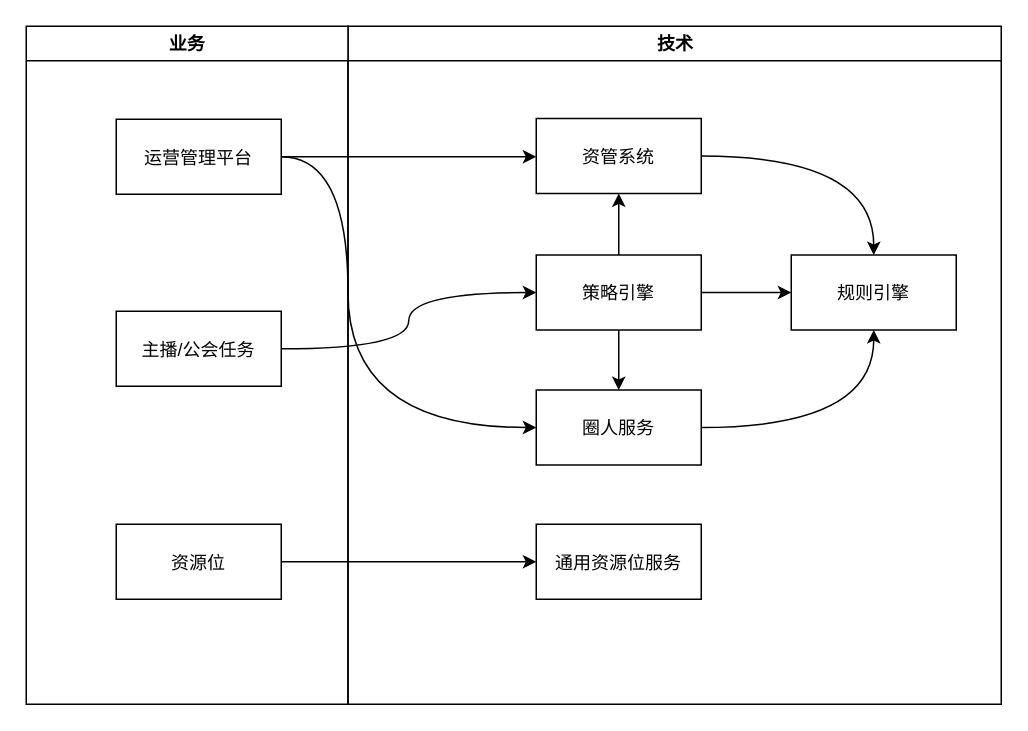
Before: buss_to_tech.drawio in carlonelong/pics, a draw.io diagram. Source tidied: cells renumbered, new cells numbered last; positions are measured from the earlier drawing's top-left corner, leaving out a move shared by most shapes. Both pictures are drawn from the tidied source at 150%, with x=0, y=0 at pixel (26, 26).
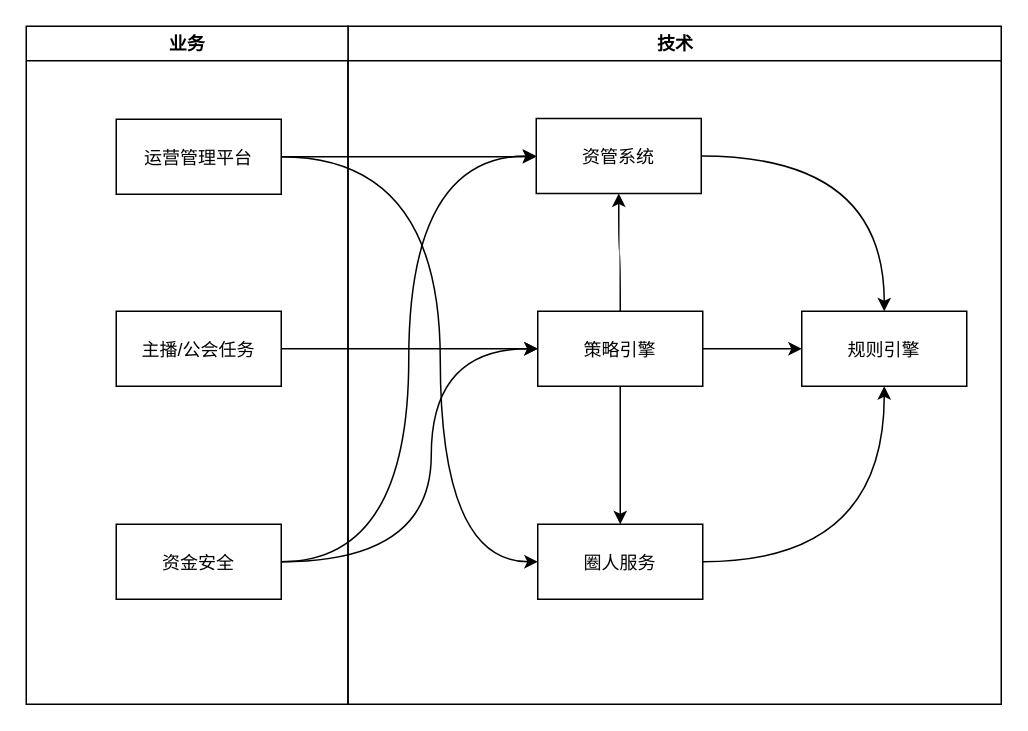
The same diagram, later.

The change refers to these unchanged cells:
```xml
<mxCell id="2" value="技术" style="swimlane;whiteSpace=wrap;" parent="1" vertex="1">
  <mxGeometry x="214.5" width="435.5" height="452" as="geometry" />
</mxCell>
<mxCell id="4" value="资管系统" parent="2" vertex="1">
  <mxGeometry x="125.5" y="61.5" width="110" height="50" as="geometry" />
</mxCell>
<mxCell id="13" value="业务" style="swimlane;whiteSpace=wrap;" parent="1" vertex="1">
  <mxGeometry width="214.5" height="452" as="geometry" />
</mxCell>
<mxCell id="14" value="运营管理平台" parent="13" vertex="1">
  <mxGeometry x="60" y="62" width="110" height="50" as="geometry" />
</mxCell>
```

What changed in the source:
```diff
@@
     <mxCell id="6" value="圈人服务" parent="2" vertex="1">
-      <mxGeometry x="125.5" y="242.5" width="110" height="50" as="geometry" />
+      <mxGeometry x="126.5" y="332" width="110" height="50" as="geometry" />
     </mxCell>
     <mxCell id="7" value="规则引擎" parent="2" vertex="1">
-      <mxGeometry x="295.5" y="152.5" width="110" height="50" as="geometry" />
+      <mxGeometry x="302.5" y="190" width="110" height="50" as="geometry" />
     </mxCell>
@@
-    <mxCell id="9" style="edgeStyle=orthogonalEdgeStyle;curved=1;rounded=0;jettySize=auto;html=1;exitX=0.5;exitY=1;exitDx=0;exitDy=0;entryX=0.5;entryY=0;entryDx=0;entryDy=0;" parent="2" edge="1" source="11" target="6">
+    <mxCell id="9" style="rounded=0;jettySize=auto;html=1;exitX=0.5;exitY=1;exitDx=0;exitDy=0;entryX=0.5;entryY=0;entryDx=0;entryDy=0;" parent="2" edge="1" source="11" target="6">
       <mxGeometry relative="1" as="geometry" />
     </mxCell>
@@
     <mxCell id="11" value="策略引擎" parent="2" vertex="1">
-      <mxGeometry x="125.5" y="152.5" width="110" height="50" as="geometry" />
+      <mxGeometry x="126.5" y="190" width="110" height="50" as="geometry" />
     </mxCell>
-    <mxCell id="12" value="通用资源位服务" parent="2" vertex="1">
-      <mxGeometry x="125.5" y="332" width="110" height="50" as="geometry" />
-    </mxCell>
@@
-    <mxCell id="15" value="资源位" parent="13" vertex="1">
+    <mxCell id="15" value="资金安全" parent="13" vertex="1">
       <mxGeometry x="60" y="332" width="110" height="50" as="geometry" />
     </mxCell>
@@
-    <mxCell id="17" style="edgeStyle=orthogonalEdgeStyle;rounded=0;jettySize=auto;html=1;exitX=1;exitY=0.5;exitDx=0;exitDy=0;entryX=0;entryY=0.5;entryDx=0;entryDy=0;curved=1;" parent="1" edge="1" source="15" target="12">
+    <mxCell id="17" style="edgeStyle=orthogonalEdgeStyle;rounded=0;jettySize=auto;html=1;exitX=1;exitY=0.5;exitDx=0;exitDy=0;entryX=0;entryY=0.5;entryDx=0;entryDy=0;curved=1;" parent="1" edge="1" source="15" target="4">
       <mxGeometry relative="1" as="geometry" />
     </mxCell>
@@
+    <mxCell id="21" style="edgeStyle=orthogonalEdgeStyle;rounded=0;jettySize=auto;html=1;exitX=1;exitY=0.5;exitDx=0;exitDy=0;entryX=0;entryY=0.5;entryDx=0;entryDy=0;curved=1;" parent="1" edge="1" source="15" target="11">
+      <mxGeometry relative="1" as="geometry">
+        <Array as="points">
+          <mxPoint x="270" y="357" />
+          <mxPoint x="270" y="215" />
+        </Array>
+      </mxGeometry>
+    </mxCell>
-    <mxCell id="20" style="edgeStyle=orthogonalEdgeStyle;curved=1;rounded=0;jettySize=auto;html=1;exitX=1;exitY=0.5;exitDx=0;exitDy=0;entryX=0;entryY=0.5;entryDx=0;entryDy=0;" parent="1" edge="1" source="14" target="6">
+    <mxCell id="20" style="edgeStyle=orthogonalEdgeStyle;rounded=0;jettySize=auto;html=1;exitX=1;exitY=0.5;exitDx=0;exitDy=0;entryX=0;entryY=0.5;entryDx=0;entryDy=0;curved=1;" parent="1" edge="1" source="14" target="6">
       <mxGeometry relative="1" as="geometry">
         <Array as="points">
-          <mxPoint x="214.5" y="87" />
-          <mxPoint x="214.5" y="267" />
+          <mxPoint x="276" y="87" />
+          <mxPoint x="276" y="357" />
         </Array>
       </mxGeometry>
     </mxCell>
```
